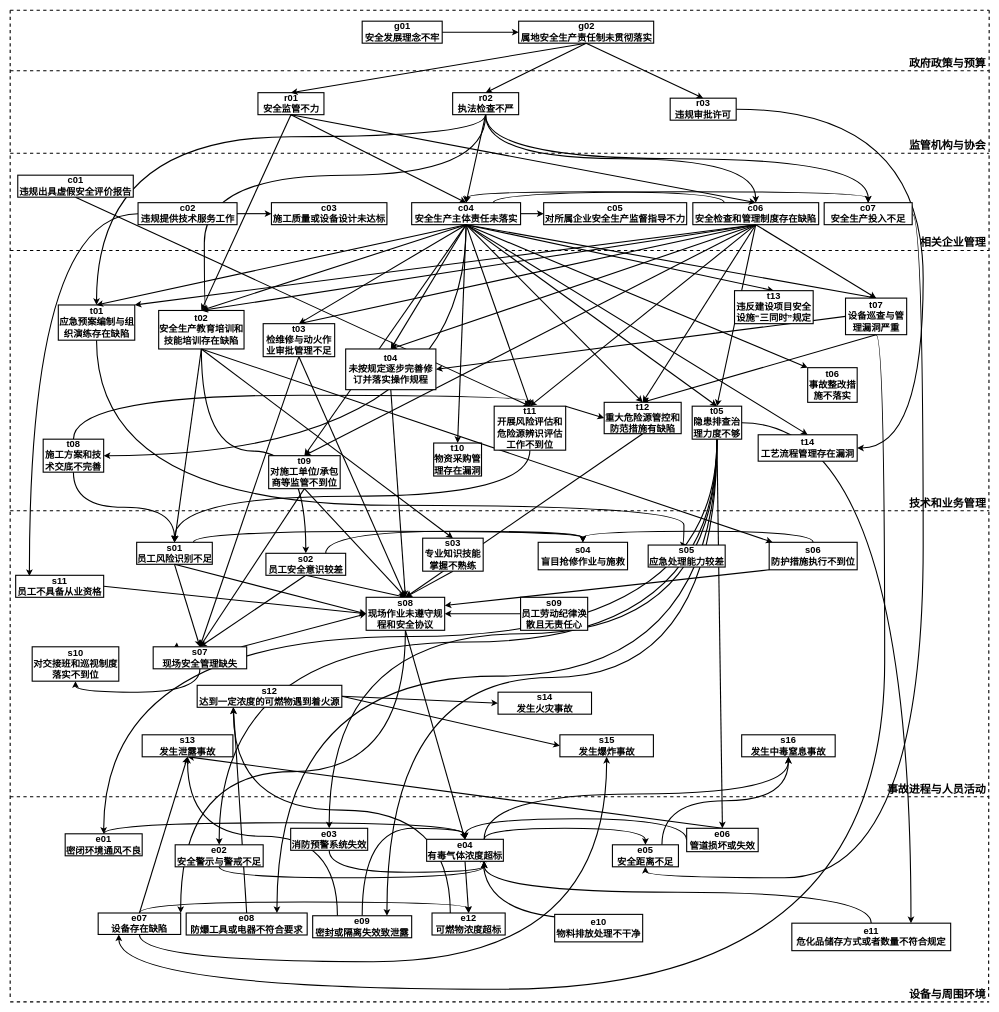
Earlier version of the draw.io diagram 剔除次数少于5.drawio (fangjiarong/docs). Source tidied: cells renumbered, new cells numbered last; positions are measured from the earlier drawing's top-left corner, leaving out a move shared by most shapes. Both pictures are drawn from the tidied source at 55%, with x=0, y=0 at pixel (10, 10).
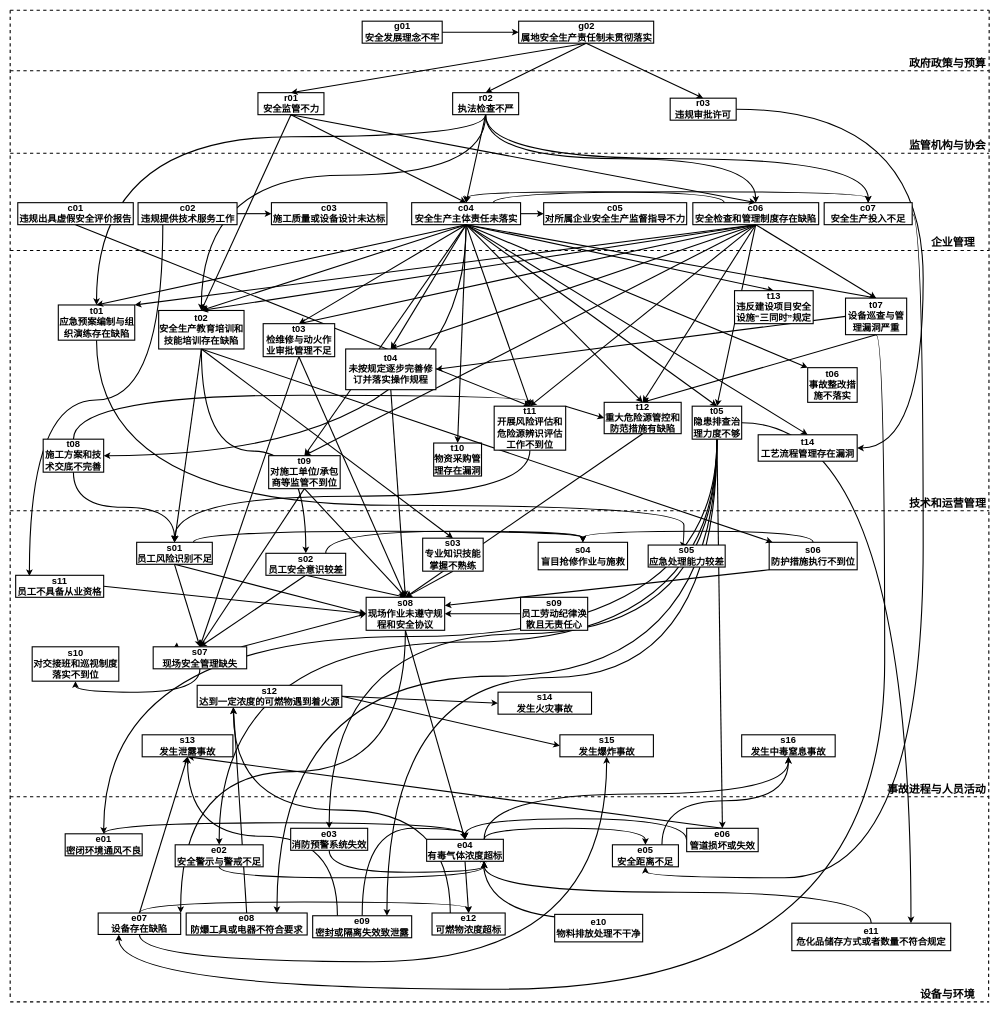
After the change.

Commit message (it also covers changes not shown here):
更新剔除次数少于5.drawio

The change refers to these unchanged cells:
```xml
<mxCell id="16" value="r02&lt;br style=&quot;font-size: 17px;&quot;&gt;执法检查不严" style="rounded=0;whiteSpace=wrap;html=1;strokeWidth=2;align=center;verticalAlign=middle;labelBorderColor=none;fontStyle=1;fontSize=17;" parent="1" vertex="1">
  <mxGeometry x="804.5" y="150" width="120" height="40" as="geometry" />
</mxCell>
<mxCell id="19" value="c02&lt;br style=&quot;font-size: 17px;&quot;&gt;违规提供技术服务工作" style="rounded=0;whiteSpace=wrap;html=1;strokeWidth=2;align=center;verticalAlign=middle;labelBorderColor=none;fontStyle=1;fontSize=17;" parent="1" vertex="1">
  <mxGeometry x="232.5" y="350" width="180" height="40" as="geometry" />
</mxCell>
<mxCell id="31" value="t02&lt;br style=&quot;font-size: 17px;&quot;&gt;安全生产教育培训和技能培训存在缺陷" style="rounded=0;whiteSpace=wrap;html=1;strokeWidth=2;align=center;verticalAlign=middle;labelBorderColor=none;fontStyle=1;fontSize=17;" parent="1" vertex="1">
  <mxGeometry x="270" y="546" width="155.2" height="70" as="geometry" />
</mxCell>
<mxCell id="66" value="s11&lt;br style=&quot;font-size: 17px;&quot;&gt;员工不具备从业资格" style="rounded=0;whiteSpace=wrap;html=1;strokeWidth=2;align=center;verticalAlign=middle;labelBorderColor=none;fontStyle=1;fontSize=17;" parent="1" vertex="1">
  <mxGeometry x="10" y="1027.5" width="160" height="40" as="geometry" />
</mxCell>
```

Diff of the diagram source:
```diff
@@
-    <mxCell id="8" value="&lt;font style=&quot;font-size: 20px;&quot;&gt;相关企业管理&lt;/font&gt;" style="text;html=1;align=center;verticalAlign=middle;whiteSpace=wrap;rounded=0;strokeWidth=2;labelBorderColor=none;fontStyle=1;fontSize=20;" parent="1" vertex="1">
+    <mxCell id="8" value="&lt;font style=&quot;font-size: 20px;&quot;&gt;企业管理&lt;/font&gt;" style="text;html=1;align=center;verticalAlign=middle;whiteSpace=wrap;rounded=0;strokeWidth=2;labelBorderColor=none;fontStyle=1;fontSize=20;" parent="1" vertex="1">
       <mxGeometry x="1650" y="407" width="129" height="30" as="geometry" />
     </mxCell>
-    <mxCell id="9" value="&lt;font style=&quot;font-size: 20px;&quot;&gt;设备与周围环境&lt;/font&gt;" style="text;html=1;align=center;verticalAlign=middle;whiteSpace=wrap;rounded=0;strokeWidth=2;labelBorderColor=none;fontStyle=1;fontSize=20;" parent="1" vertex="1">
+    <mxCell id="9" value="&lt;font style=&quot;font-size: 20px;&quot;&gt;设备与环境&lt;/font&gt;" style="text;html=1;align=center;verticalAlign=middle;whiteSpace=wrap;rounded=0;strokeWidth=2;labelBorderColor=none;fontStyle=1;fontSize=20;" parent="1" vertex="1">
       <mxGeometry x="1630" y="1773" width="149" height="30" as="geometry" />
     </mxCell>
@@
     <mxCell id="13" style="edgeStyle=orthogonalEdgeStyle;curved=1;rounded=0;jettySize=auto;html=1;exitX=0.5;exitY=1;exitDx=0;exitDy=0;entryX=0.5;entryY=0;entryDx=0;entryDy=0;strokeWidth=2;align=center;verticalAlign=middle;labelBorderColor=none;fontSize=17;" parent="1" edge="1" source="16" target="31">
       <mxGeometry relative="1" as="geometry">
         <Array as="points">
           <mxPoint x="865" y="300" />
-          <mxPoint x="353" y="300" />
+          <mxPoint x="348" y="300" />
         </Array>
       </mxGeometry>
     </mxCell>
@@
-    <mxCell id="18" style="edgeStyle=orthogonalEdgeStyle;curved=1;rounded=0;jettySize=auto;html=1;exitX=0;exitY=0.5;exitDx=0;exitDy=0;entryX=0.156;entryY=0.033;entryDx=0;entryDy=0;entryPerimeter=0;strokeWidth=2;align=center;verticalAlign=middle;labelBorderColor=none;fontSize=17;" parent="1" edge="1" source="19" target="66">
+    <mxCell id="18" style="edgeStyle=orthogonalEdgeStyle;curved=1;rounded=0;jettySize=auto;html=1;exitX=0.25;exitY=1;exitDx=0;exitDy=0;entryX=0.156;entryY=0.033;entryDx=0;entryDy=0;entryPerimeter=0;strokeWidth=2;align=center;verticalAlign=middle;labelBorderColor=none;fontSize=17;" parent="1" edge="1" source="19" target="66">
       <mxGeometry relative="1" as="geometry" />
     </mxCell>
@@
-    <mxCell id="171" value="&lt;font style=&quot;font-size: 20px;&quot;&gt;技术和业务管&lt;/font&gt;理" style="text;html=1;align=center;verticalAlign=middle;whiteSpace=wrap;rounded=0;strokeWidth=2;labelBorderColor=none;fontStyle=1;fontSize=20;" parent="1" vertex="1">
+    <mxCell id="171" value="&lt;font style=&quot;font-size: 20px;&quot;&gt;技术和运营管&lt;/font&gt;理" style="text;html=1;align=center;verticalAlign=middle;whiteSpace=wrap;rounded=0;strokeWidth=2;labelBorderColor=none;fontStyle=1;fontSize=20;" parent="1" vertex="1">
       <mxGeometry x="1630" y="880" width="149" height="30" as="geometry" />
     </mxCell>
@@
     <mxCell id="174" value="c01&lt;br style=&quot;font-size: 17px;&quot;&gt;违规出具虚假安全评价报告" style="rounded=0;whiteSpace=wrap;html=1;strokeWidth=2;align=center;verticalAlign=middle;labelBorderColor=none;fontStyle=1;fontSize=17;" parent="1" vertex="1">
-      <mxGeometry x="13.8" y="300" width="210" height="40" as="geometry" />
+      <mxGeometry x="13.8" y="350" width="210" height="40" as="geometry" />
     </mxCell>
```
